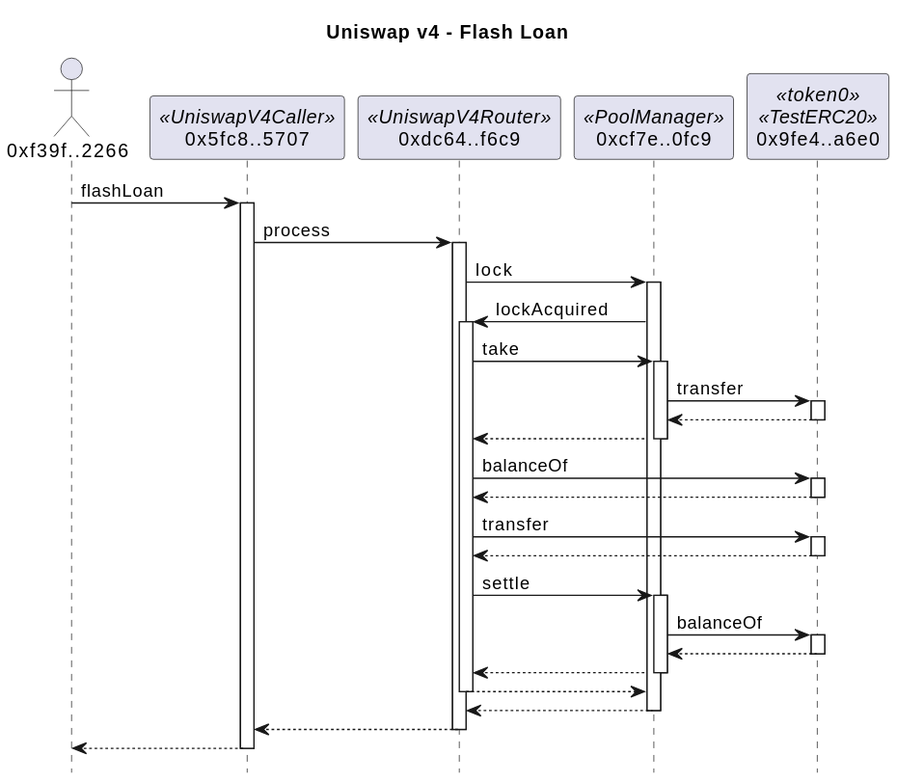
This is docs/flashLoanSummary.svg from naddison36/uniswap-v4-hooks, a PlantUML export, as it was before one commit.
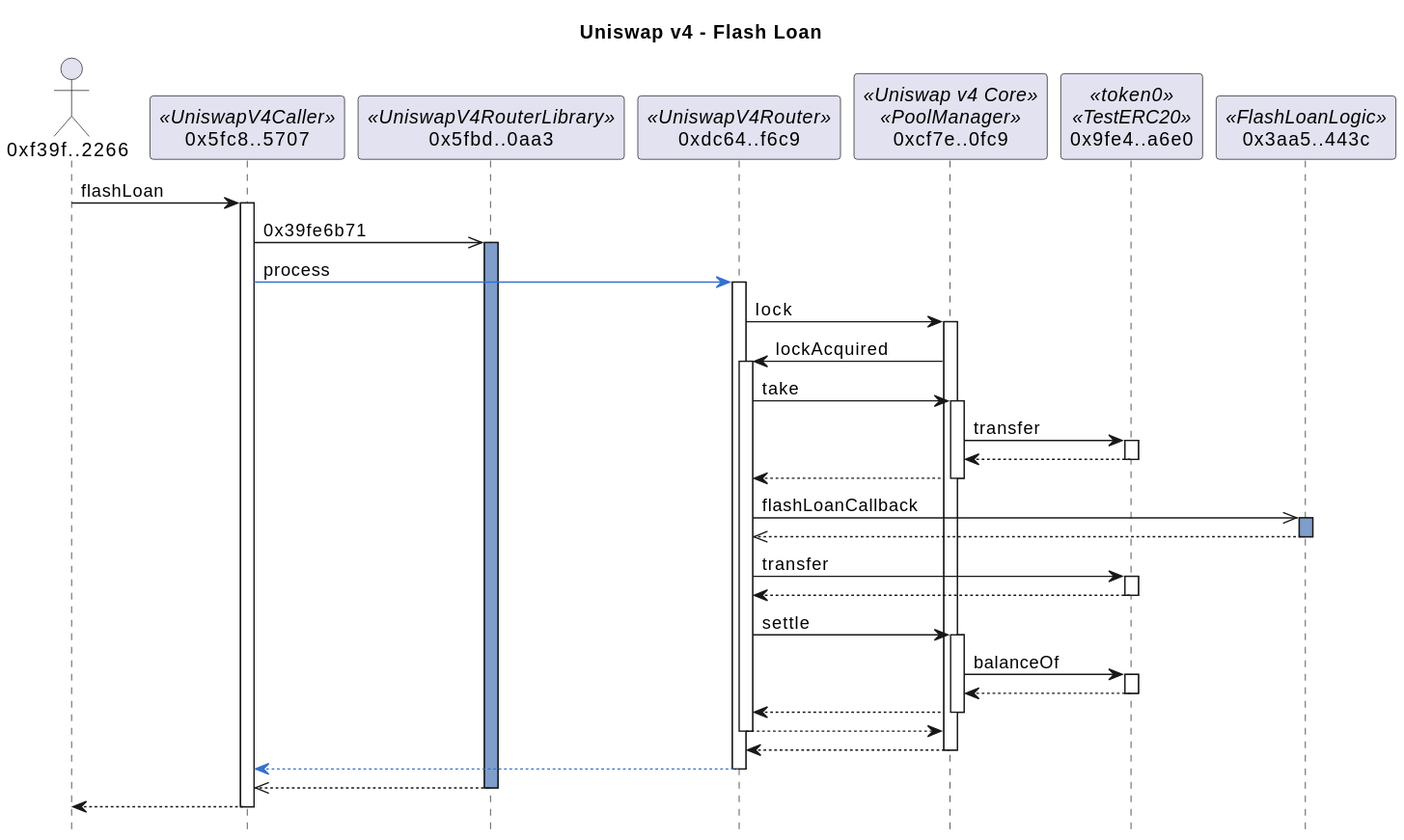
Above is the later version.

Commit message:
Changed flash loan example to delegate to logic contract

Change to the diagram source:
```diff
@@ -4,13 +4,17 @@
 
 actor "0xf39f..2266" as f39f2266
 participant "0x5fc8..5707" as 5fc85707 <<UniswapV4Caller>>
+participant "0x5fbd..0aa3" as 5fbd0aa3 <<UniswapV4RouterLibrary>>
 participant "0xdc64..f6c9" as dc64f6c9 <<UniswapV4Router>>
-participant "0xcf7e..0fc9" as cf7e0fc9 <<PoolManager>>
+participant "0xcf7e..0fc9" as cf7e0fc9 <<Uniswap v4 Core>><<PoolManager>>
 participant "0x9fe4..a6e0" as 9fe4a6e0 <<token0>><<TestERC20>>
+participant "0x3aa5..443c" as 3aa5443c <<FlashLoanLogic>>
 
 f39f2266 -> 5fc85707: flashLoan
 activate 5fc85707
-5fc85707 -> dc64f6c9: process
+5fc85707 ->> 5fbd0aa3: 0x39fe6b71
+activate 5fbd0aa3 #809ECB
+5fc85707 -[#3471CD]> dc64f6c9: process
 activate dc64f6c9
 dc64f6c9 -> cf7e0fc9: lock
 activate cf7e0fc9
@@ -22,8 +26,8 @@
 activate 9fe4a6e0
 return
 return
-dc64f6c9 -> 9fe4a6e0: balanceOf
-activate 9fe4a6e0
+dc64f6c9 ->> 3aa5443c: flashLoanCallback
+activate 3aa5443c #809ECB
 return
 dc64f6c9 -> 9fe4a6e0: transfer
 activate 9fe4a6e0
@@ -38,4 +42,5 @@
 return
 return
 return
+return
 @enduml
```
